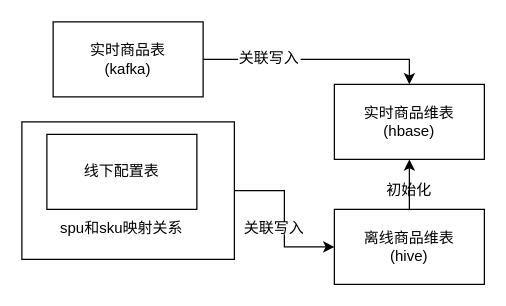
The draw.io diagram mt新增商品.drawio in mineminemine123/work-wiki, before the edit. Source tidied: cells renumbered, new cells numbered last; positions are measured from the earlier drawing's top-left corner, leaving out a move shared by most shapes. Both pictures are drawn from the tidied source at 125%, with x=0, y=0 at pixel (21, 21).
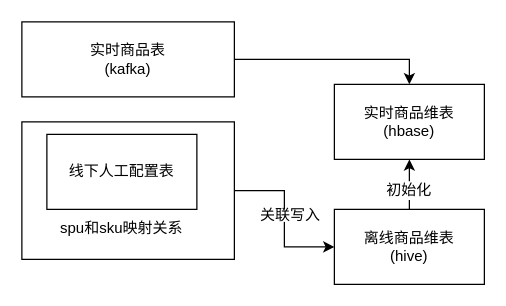
The same page after the edit.

Commit message (it also covers changes not shown here):
更新mt新增商品.drawio

What changed in the source:
```diff
@@
 <mxGraphModel>
   <root>
     <mxCell id="0" />
     <mxCell id="1" parent="0" />
     <mxCell id="2" style="edgeStyle=orthogonalEdgeStyle;rounded=0;jettySize=auto;html=1;exitX=1;exitY=0.5;exitDx=0;exitDy=0;entryX=0;entryY=0.5;entryDx=0;entryDy=0;" parent="1" edge="1" source="3" target="7">
       <mxGeometry relative="1" as="geometry" />
     </mxCell>
     <mxCell id="3" style="rounded=0;whiteSpace=wrap;html=1;" parent="1" vertex="1">
       <mxGeometry y="80" width="170" height="110" as="geometry" />
     </mxCell>
-    <mxCell id="4" value="线下配置表" style="rounded=0;whiteSpace=wrap;html=1;" parent="1" vertex="1">
+    <mxCell id="4" value="线下人工配置表" style="rounded=0;whiteSpace=wrap;html=1;" parent="1" vertex="1">
       <mxGeometry x="20" y="90" width="120" height="60" as="geometry" />
     </mxCell>
     <mxCell id="5" value="实时商品维表&lt;br&gt;(hbase)" style="rounded=0;whiteSpace=wrap;html=1;" parent="1" vertex="1">
       <mxGeometry x="250" y="50" width="120" height="60" as="geometry" />
     </mxCell>
     <mxCell id="6" style="edgeStyle=orthogonalEdgeStyle;rounded=0;jettySize=auto;html=1;exitX=0.5;exitY=0;exitDx=0;exitDy=0;" parent="1" edge="1" source="7" target="5">
       <mxGeometry relative="1" as="geometry" />
     </mxCell>
     <mxCell id="7" value="离线商品维表&lt;br&gt;(hive)" style="rounded=0;whiteSpace=wrap;html=1;" parent="1" vertex="1">
       <mxGeometry x="250" y="150" width="120" height="60" as="geometry" />
     </mxCell>
     <mxCell id="8" value="spu和sku映射关系" style="text;html=1;strokeColor=none;fillColor=none;align=center;verticalAlign=middle;whiteSpace=wrap;rounded=0;" parent="1" vertex="1">
       <mxGeometry x="20" y="150" width="120" height="30" as="geometry" />
     </mxCell>
-    <mxCell id="9" value="初始化" style="text;html=1;strokeColor=none;fillColor=none;align=center;verticalAlign=middle;whiteSpace=wrap;rounded=0;" parent="1" vertex="1">
+    <mxCell id="9" value="初始化" style="text;html=1;strokeColor=none;fillColor=none;align=center;verticalAlign=middle;whiteSpace=wrap;rounded=0;labelBackgroundColor=default;" parent="1" vertex="1">
       <mxGeometry x="280" y="120" width="60" height="30" as="geometry" />
     </mxCell>
     <mxCell id="10" style="edgeStyle=orthogonalEdgeStyle;rounded=0;jettySize=auto;html=1;exitX=1;exitY=0.5;exitDx=0;exitDy=0;entryX=0.5;entryY=0;entryDx=0;entryDy=0;" parent="1" edge="1" source="11" target="5">
       <mxGeometry relative="1" as="geometry" />
     </mxCell>
     <mxCell id="11" value="实时商品表&lt;br&gt;(kafka)" style="rounded=0;whiteSpace=wrap;html=1;" parent="1" vertex="1">
-      <mxGeometry x="25" width="120" height="60" as="geometry" />
+      <mxGeometry width="170" height="60" as="geometry" />
     </mxCell>
     <mxCell id="12" value="关联写入" style="text;html=1;strokeColor=none;fillColor=default;align=center;verticalAlign=middle;whiteSpace=wrap;rounded=0;" parent="1" vertex="1">
-      <mxGeometry x="177" y="160" width="50" height="10" as="geometry" />
+      <mxGeometry x="190" y="150" width="50" height="10" as="geometry" />
     </mxCell>
-    <mxCell id="13" value="关联写入" style="text;html=1;strokeColor=none;fillColor=default;align=center;verticalAlign=middle;whiteSpace=wrap;rounded=0;" parent="1" vertex="1">
-      <mxGeometry x="173" y="19" width="50" height="20" as="geometry" />
-    </mxCell>
   </root>
 </mxGraphModel>
```
